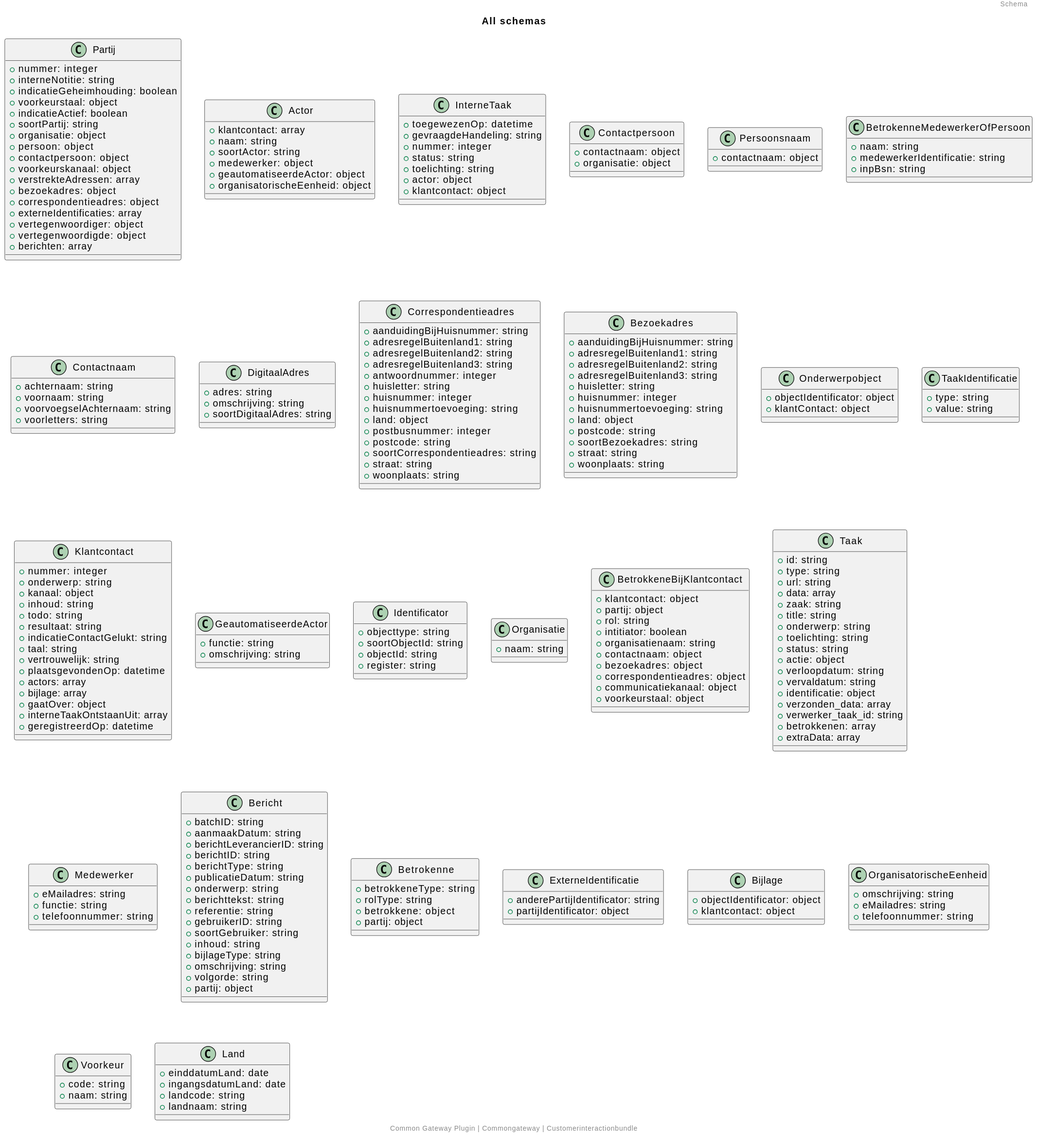
The PlantUML diagram docs/schema/all_schema_classes.svg in CommonGateway/CustomerInteractionBundle, before a commit.
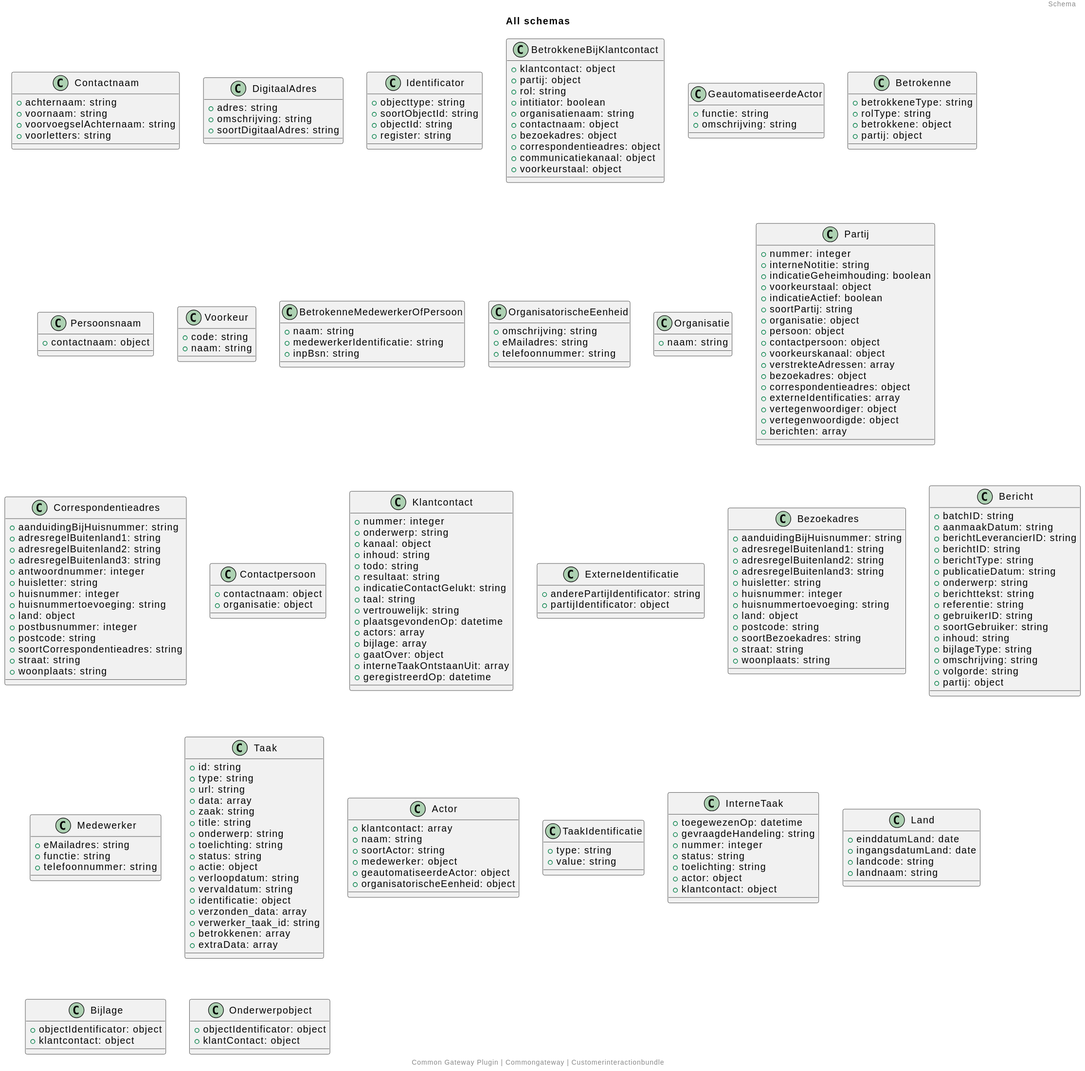
The same diagram one commit later.

Change to the diagram source:
```diff
@@ -2,6 +2,65 @@
 title: All schemas
 footer: Common Gateway Plugin | Commongateway | Customerinteractionbundle
 header: Schema
+class Contactnaam {
+  + achternaam: string
+  + voornaam: string
+  + voorvoegselAchternaam: string
+  + voorletters: string
+}
+class DigitaalAdres {
+  + adres: string
+  + omschrijving: string
+  + soortDigitaalAdres: string
+}
+class Identificator {
+  + objecttype: string
+  + soortObjectId: string
+  + objectId: string
+  + register: string
+}
+class BetrokkeneBijKlantcontact {
+  + klantcontact: object
+  + partij: object
+  + rol: string
+  + intitiator: boolean
+  + organisatienaam: string
+  + contactnaam: object
+  + bezoekadres: object
+  + correspondentieadres: object
+  + communicatiekanaal: object
+  + voorkeurstaal: object
+}
+class GeautomatiseerdeActor {
+  + functie: string
+  + omschrijving: string
+}
+class Betrokenne {
+  + betrokkeneType: string
+  + rolType: string
+  + betrokkene: object
+  + partij: object
+}
+class Persoonsnaam {
+  + contactnaam: object
+}
+class Voorkeur {
+  + code: string
+  + naam: string
+}
+class BetrokenneMedewerkerOfPersoon {
+  + naam: string
+  + medewerkerIdentificatie: string
+  + inpBsn: string
+}
+class OrganisatorischeEenheid {
+  + omschrijving: string
+  + eMailadres: string
+  + telefoonnummer: string
+}
+class Organisatie {
+  + naam: string
+}
 class Partij {
   + nummer: integer
   + interneNotitie: string
@@ -21,46 +80,6 @@
   + vertegenwoordigde: object
   + berichten: array
 }
-class Actor {
-  + klantcontact: array
-  + naam: string
-  + soortActor: string
-  + medewerker: object
-  + geautomatiseerdeActor: object
-  + organisatorischeEenheid: object
-}
-class InterneTaak {
-  + toegewezenOp: datetime
-  + gevraagdeHandeling: string
-  + nummer: integer
-  + status: string
-  + toelichting: string
-  + actor: object
-  + klantcontact: object
-}
-class Contactpersoon {
-  + contactnaam: object
-  + organisatie: object
-}
-class Persoonsnaam {
-  + contactnaam: object
-}
-class BetrokenneMedewerkerOfPersoon {
-  + naam: string
-  + medewerkerIdentificatie: string
-  + inpBsn: string
-}
-class Contactnaam {
-  + achternaam: string
-  + voornaam: string
-  + voorvoegselAchternaam: string
-  + voorletters: string
-}
-class DigitaalAdres {
-  + adres: string
-  + omschrijving: string
-  + soortDigitaalAdres: string
-}
 class Correspondentieadres {
   + aanduidingBijHuisnummer: string
   + adresregelBuitenland1: string
@@ -77,27 +96,9 @@
   + straat: string
   + woonplaats: string
 }
-class Bezoekadres {
-  + aanduidingBijHuisnummer: string
-  + adresregelBuitenland1: string
-  + adresregelBuitenland2: string
-  + adresregelBuitenland3: string
-  + huisletter: string
-  + huisnummer: integer
-  + huisnummertoevoeging: string
-  + land: object
-  + postcode: string
-  + soortBezoekadres: string
-  + straat: string
-  + woonplaats: string
-}
-class Onderwerpobject {
-  + objectIdentificator: object
-  + klantContact: object
-}
-class TaakIdentificatie {
-  + type: string
-  + value: string
+class Contactpersoon {
+  + contactnaam: object
+  + organisatie: object
 }
 class Klantcontact {
   + nummer: integer
@@ -116,30 +117,46 @@
   + interneTaakOntstaanUit: array
   + geregistreerdOp: datetime
 }
-class GeautomatiseerdeActor {
+class ExterneIdentificatie {
+  + anderePartijIdentificator: string
+  + partijIdentificator: object
+}
+class Bezoekadres {
+  + aanduidingBijHuisnummer: string
+  + adresregelBuitenland1: string
+  + adresregelBuitenland2: string
+  + adresregelBuitenland3: string
+  + huisletter: string
+  + huisnummer: integer
+  + huisnummertoevoeging: string
+  + land: object
+  + postcode: string
+  + soortBezoekadres: string
+  + straat: string
+  + woonplaats: string
+}
+class Bericht {
+  + batchID: string
+  + aanmaakDatum: string
+  + berichtLeverancierID: string
+  + berichtID: string
+  + berichtType: string
+  + publicatieDatum: string
+  + onderwerp: string
+  + berichttekst: string
+  + referentie: string
+  + gebruikerID: string
+  + soortGebruiker: string
+  + inhoud: string
+  + bijlageType: string
+  + omschrijving: string
+  + volgorde: string
+  + partij: object
+}
+class Medewerker {
+  + eMailadres: string
   + functie: string
-  + omschrijving: string
-}
-class Identificator {
-  + objecttype: string
-  + soortObjectId: string
-  + objectId: string
-  + register: string
-}
-class Organisatie {
-  + naam: string
-}
-class BetrokkeneBijKlantcontact {
-  + klantcontact: object
-  + partij: object
-  + rol: string
-  + intitiator: boolean
-  + organisatienaam: string
-  + contactnaam: object
-  + bezoekadres: object
-  + correspondentieadres: object
-  + communicatiekanaal: object
-  + voorkeurstaal: object
+  + telefoonnummer: string
 }
 class Taak {
   + id: string
@@ -160,51 +177,26 @@
   + betrokkenen: array
   + extraData: array
 }
-class Medewerker {
-  + eMailadres: string
-  + functie: string
-  + telefoonnummer: string
+class Actor {
+  + klantcontact: array
+  + naam: string
+  + soortActor: string
+  + medewerker: object
+  + geautomatiseerdeActor: object
+  + organisatorischeEenheid: object
 }
-class Bericht {
-  + batchID: string
-  + aanmaakDatum: string
-  + berichtLeverancierID: string
-  + berichtID: string
-  + berichtType: string
-  + publicatieDatum: string
-  + onderwerp: string
-  + berichttekst: string
-  + referentie: string
-  + gebruikerID: string
-  + soortGebruiker: string
-  + inhoud: string
-  + bijlageType: string
-  + omschrijving: string
-  + volgorde: string
-  + partij: object
+class TaakIdentificatie {
+  + type: string
+  + value: string
 }
-class Betrokenne {
-  + betrokkeneType: string
-  + rolType: string
-  + betrokkene: object
-  + partij: object
-}
-class ExterneIdentificatie {
-  + anderePartijIdentificator: string
-  + partijIdentificator: object
-}
-class Bijlage {
-  + objectIdentificator: object
+class InterneTaak {
+  + toegewezenOp: datetime
+  + gevraagdeHandeling: string
+  + nummer: integer
+  + status: string
+  + toelichting: string
+  + actor: object
   + klantcontact: object
-}
-class OrganisatorischeEenheid {
-  + omschrijving: string
-  + eMailadres: string
-  + telefoonnummer: string
-}
-class Voorkeur {
-  + code: string
-  + naam: string
 }
 class Land {
   + einddatumLand: date
@@ -212,4 +204,12 @@
   + landcode: string
   + landnaam: string
 }
+class Bijlage {
+  + objectIdentificator: object
+  + klantcontact: object
+}
+class Onderwerpobject {
+  + objectIdentificator: object
+  + klantContact: object
+}
 @enduml
```
